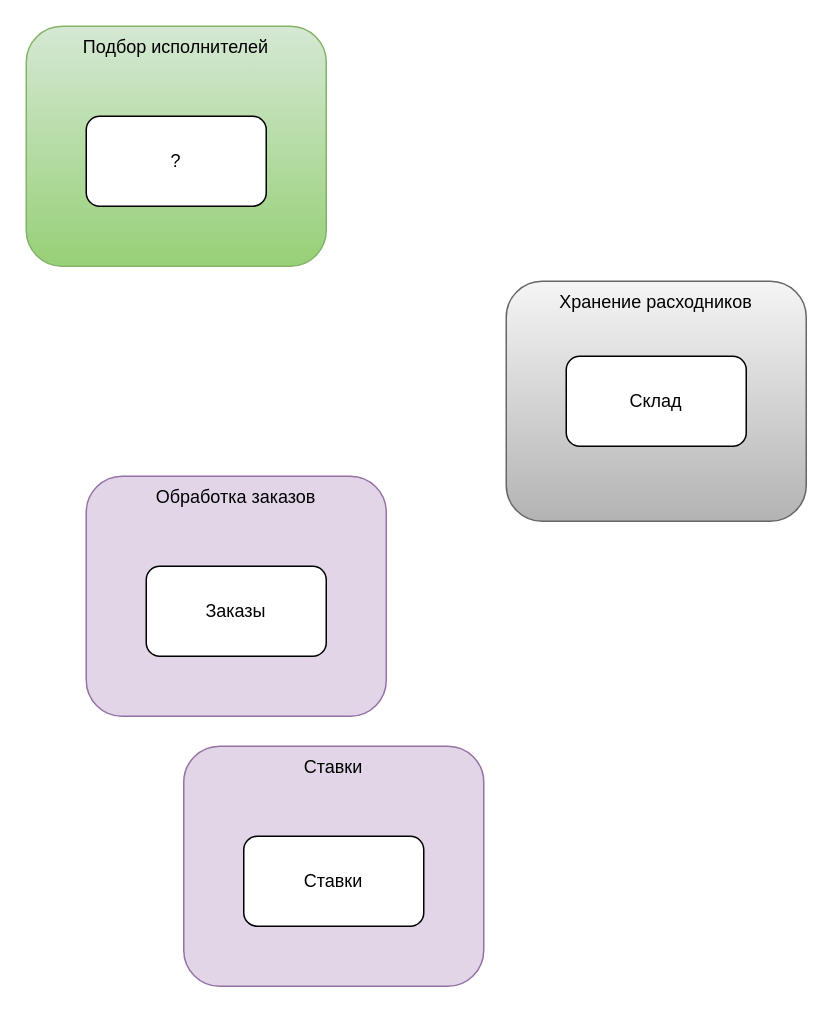
The draw.io diagram 2_Bounded_context.drawio in jnzz/MCF, before the edit. Source tidied: cells renumbered, new cells numbered last; positions are measured from the earlier drawing's top-left corner, leaving out a move shared by most shapes. Both pictures are drawn from the tidied source at 150%, with x=0, y=0 at pixel (26, 26).
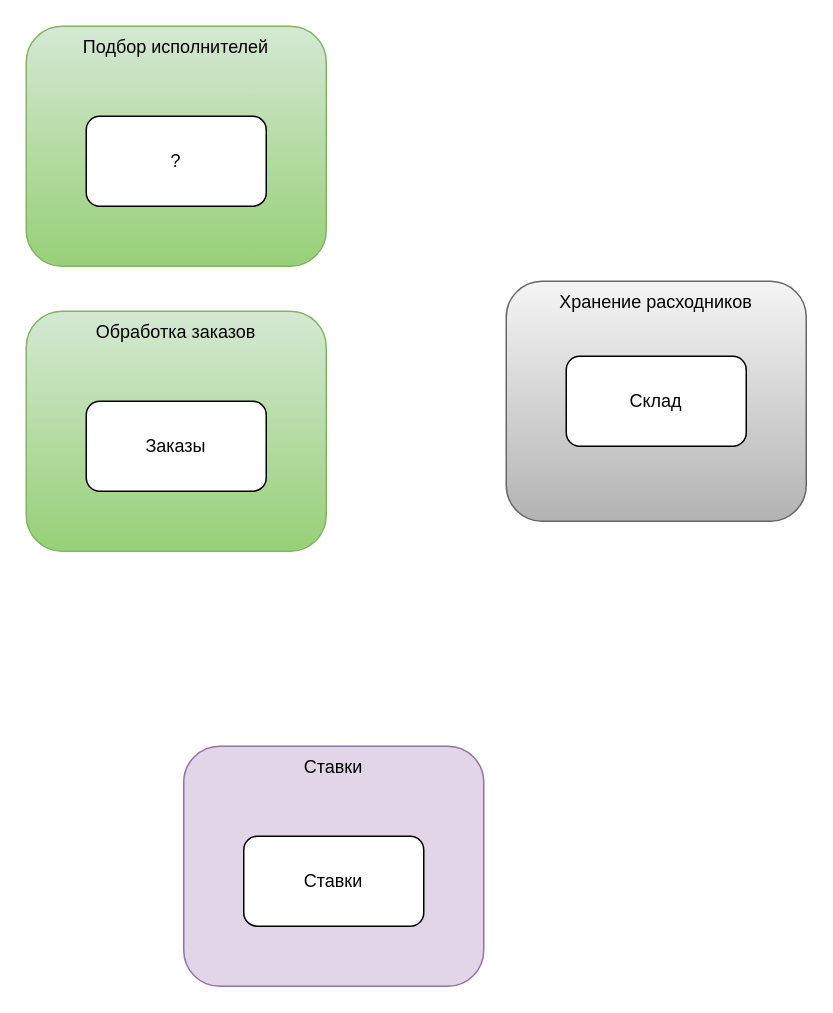
The same diagram, later.

Diff of the diagram source:
```diff
@@
 <mxGraphModel>
   <root>
     <mxCell id="0" />
     <mxCell id="1" parent="0" />
     <mxCell id="2" value="Хранение расходников" style="rounded=1;whiteSpace=wrap;html=1;fillColor=#f5f5f5;strokeColor=#666666;gradientColor=#b3b3b3;verticalAlign=top;" parent="1" vertex="1">
       <mxGeometry x="320" y="170" width="200" height="160" as="geometry" />
     </mxCell>
     <mxCell id="3" value="Склад" style="rounded=1;whiteSpace=wrap;html=1;" parent="1" vertex="1">
       <mxGeometry x="360" y="220" width="120" height="60" as="geometry" />
     </mxCell>
     <mxCell id="4" value="Подбор исполнителей" style="rounded=1;whiteSpace=wrap;html=1;fillColor=#d5e8d4;strokeColor=#82b366;gradientColor=#97d077;verticalAlign=top;" parent="1" vertex="1">
       <mxGeometry width="200" height="160" as="geometry" />
     </mxCell>
     <mxCell id="5" value="?" style="rounded=1;whiteSpace=wrap;html=1;" parent="1" vertex="1">
       <mxGeometry x="40" y="60" width="120" height="60" as="geometry" />
     </mxCell>
-    <mxCell id="6" value="Обработка заказов" style="rounded=1;whiteSpace=wrap;html=1;fillColor=#e1d5e7;strokeColor=#9673a6;verticalAlign=top;" parent="1" vertex="1">
-      <mxGeometry x="40" y="300" width="200" height="160" as="geometry" />
+    <mxCell id="6" value="Обработка заказов" style="rounded=1;whiteSpace=wrap;html=1;fillColor=#d5e8d4;strokeColor=#82b366;verticalAlign=top;gradientColor=#97d077;" parent="1" vertex="1">
+      <mxGeometry y="190" width="200" height="160" as="geometry" />
     </mxCell>
     <mxCell id="7" value="Заказы" style="rounded=1;whiteSpace=wrap;html=1;" parent="1" vertex="1">
-      <mxGeometry x="80" y="360" width="120" height="60" as="geometry" />
+      <mxGeometry x="40" y="250" width="120" height="60" as="geometry" />
     </mxCell>
     <mxCell id="8" value="Ставки" style="rounded=1;whiteSpace=wrap;html=1;fillColor=#e1d5e7;strokeColor=#9673a6;verticalAlign=top;" parent="1" vertex="1">
       <mxGeometry x="105" y="480" width="200" height="160" as="geometry" />
     </mxCell>
     <mxCell id="9" value="Ставки" style="rounded=1;whiteSpace=wrap;html=1;" parent="1" vertex="1">
       <mxGeometry x="145" y="540" width="120" height="60" as="geometry" />
     </mxCell>
   </root>
 </mxGraphModel>
```
